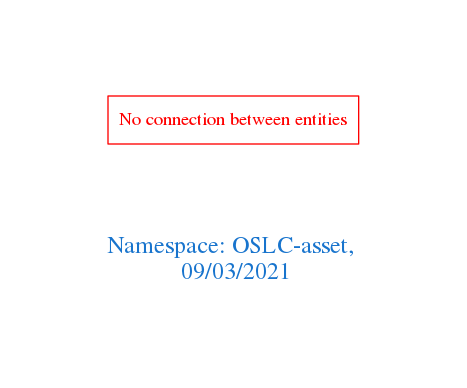
Above: downloads/OSLC-asset.png in arago/OGIT (Graphviz), before the change. Its source is kept beside it as downloads/OSLC-asset.dot.
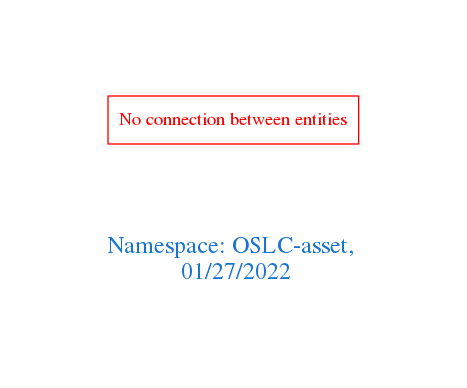
The same diagram one commit later.

What changed in the source:
```diff
@@ -1,7 +1,7 @@
 digraph OGIT_ontology {
  graph [ rankdir= LR,pad=1
 fontsize = 18,
-fontcolor= dodgerblue3,label = "\n\n\nNamespace: OSLC-asset, \n 09/03/2021"];
+fontcolor= dodgerblue3,label = "\n\n\nNamespace: OSLC-asset, \n 01/27/2022"];
 node[shape=polygon];
 edge [  color="gray81"];
 
```
